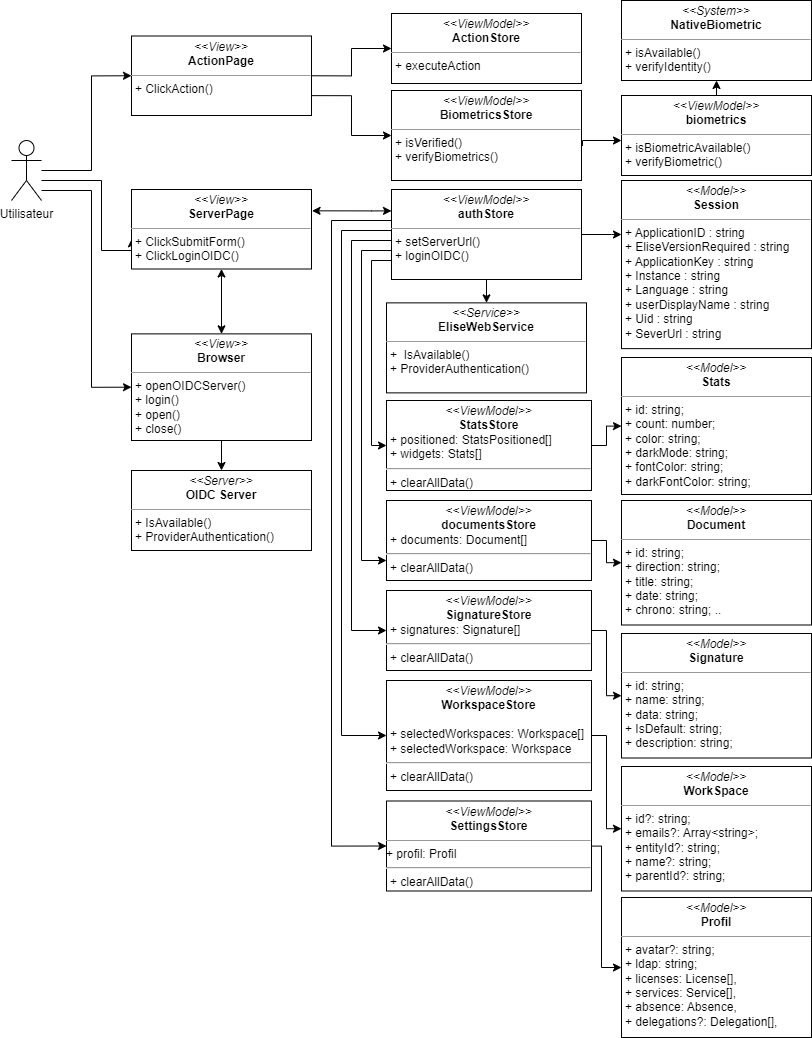
Before: images_pfe/dcc_sprint5.png, a diagram exported from draw.io (PFE-Neoledge-2023/rapport). Source tidied: cells renumbered, new cells last; positions are measured from the earlier drawing's top-left corner, leaving out a move shared by most shapes.
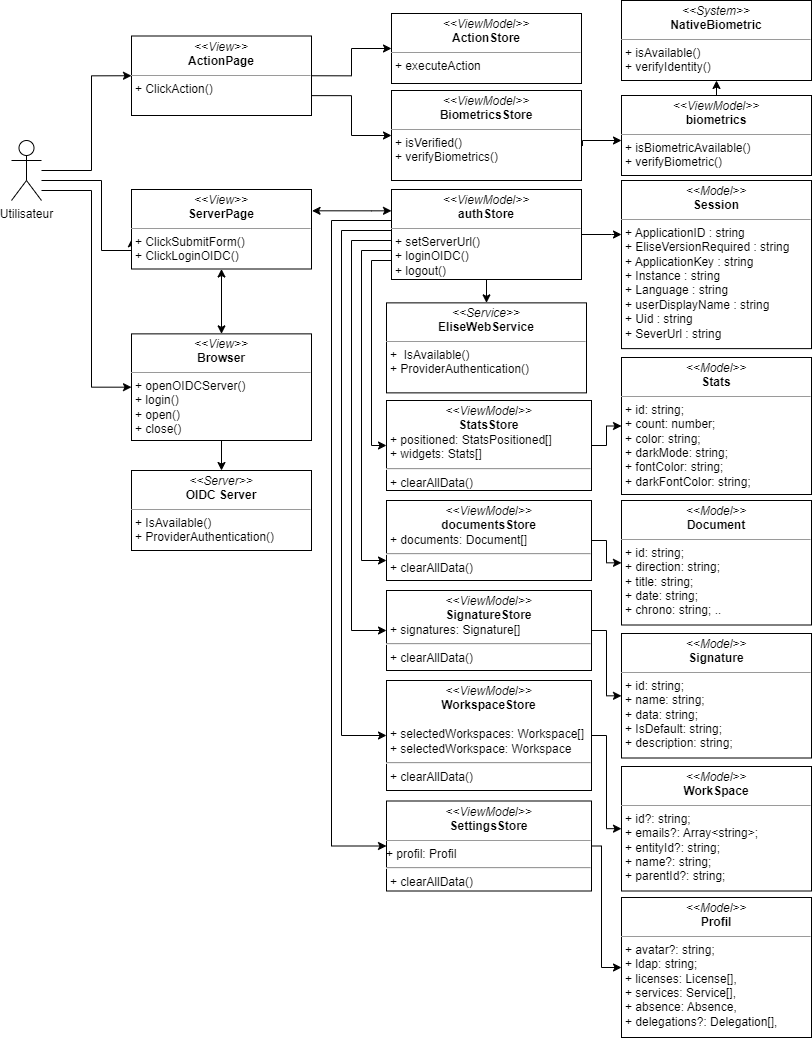
Later version of the same file.

What changed in the source:
```diff
@@ -92,7 +92,7 @@
         </Array>
       </mxGeometry>
     </mxCell>
-    <mxCell id="15" value="&lt;p style=&quot;margin:0px;margin-top:4px;text-align:center;&quot;&gt;&lt;i&gt;&amp;lt;&amp;lt;ViewModel&amp;gt;&amp;gt;&lt;/i&gt;&lt;br&gt;&lt;b&gt;authStore&lt;/b&gt;&lt;/p&gt;&lt;hr size=&quot;1&quot;&gt;&lt;p style=&quot;margin:0px;margin-left:4px;&quot;&gt;&lt;/p&gt;&lt;p style=&quot;margin:0px;margin-left:4px;&quot;&gt;+ setServerUrl()&lt;/p&gt;&lt;p style=&quot;margin:0px;margin-left:4px;&quot;&gt;+ loginOIDC()&lt;/p&gt;" style="verticalAlign=top;align=left;overflow=fill;fontSize=12;fontFamily=Helvetica;html=1;whiteSpace=wrap;" parent="1" vertex="1">
+    <mxCell id="15" value="&lt;p style=&quot;margin:0px;margin-top:4px;text-align:center;&quot;&gt;&lt;i&gt;&amp;lt;&amp;lt;ViewModel&amp;gt;&amp;gt;&lt;/i&gt;&lt;br&gt;&lt;b&gt;authStore&lt;/b&gt;&lt;/p&gt;&lt;hr size=&quot;1&quot;&gt;&lt;p style=&quot;margin:0px;margin-left:4px;&quot;&gt;&lt;/p&gt;&lt;p style=&quot;margin:0px;margin-left:4px;&quot;&gt;+ setServerUrl()&lt;/p&gt;&lt;p style=&quot;margin:0px;margin-left:4px;&quot;&gt;+ loginOIDC()&lt;/p&gt;&lt;p style=&quot;margin:0px;margin-left:4px;&quot;&gt;+ logout()&lt;/p&gt;" style="verticalAlign=top;align=left;overflow=fill;fontSize=12;fontFamily=Helvetica;html=1;whiteSpace=wrap;" parent="1" vertex="1">
       <mxGeometry x="380" y="189" width="190" height="90" as="geometry" />
     </mxCell>
     <mxCell id="16" value="&lt;p style=&quot;margin:0px;margin-top:4px;text-align:center;&quot;&gt;&lt;i&gt;&amp;lt;&amp;lt;Model&amp;gt;&amp;gt;&lt;/i&gt;&lt;br&gt;&lt;b&gt;Session&lt;/b&gt;&lt;/p&gt;&lt;hr size=&quot;1&quot;&gt;&lt;p style=&quot;margin:0px;margin-left:4px;&quot;&gt;+ ApplicationID : string&amp;nbsp;&lt;/p&gt;&lt;p style=&quot;margin:0px;margin-left:4px;&quot;&gt;+ EliseVersionRequired : string&lt;/p&gt;&lt;p style=&quot;margin:0px;margin-left:4px;&quot;&gt;+ ApplicationKey : string&lt;/p&gt;&lt;p style=&quot;margin:0px;margin-left:4px;&quot;&gt;+ Instance : string&lt;/p&gt;&lt;p style=&quot;margin:0px;margin-left:4px;&quot;&gt;+ Language : string&lt;/p&gt;&lt;p style=&quot;margin:0px;margin-left:4px;&quot;&gt;+ userDisplayName : string&lt;/p&gt;&lt;p style=&quot;margin:0px;margin-left:4px;&quot;&gt;+ Uid : string&lt;/p&gt;&lt;p style=&quot;margin:0px;margin-left:4px;&quot;&gt;+ SeverUrl : string&amp;nbsp;&amp;nbsp;&lt;/p&gt;&lt;p style=&quot;margin:0px;margin-left:4px;&quot;&gt;&lt;br&gt;&lt;/p&gt;" style="verticalAlign=top;align=left;overflow=fill;fontSize=12;fontFamily=Helvetica;html=1;whiteSpace=wrap;" parent="1" vertex="1">
```
